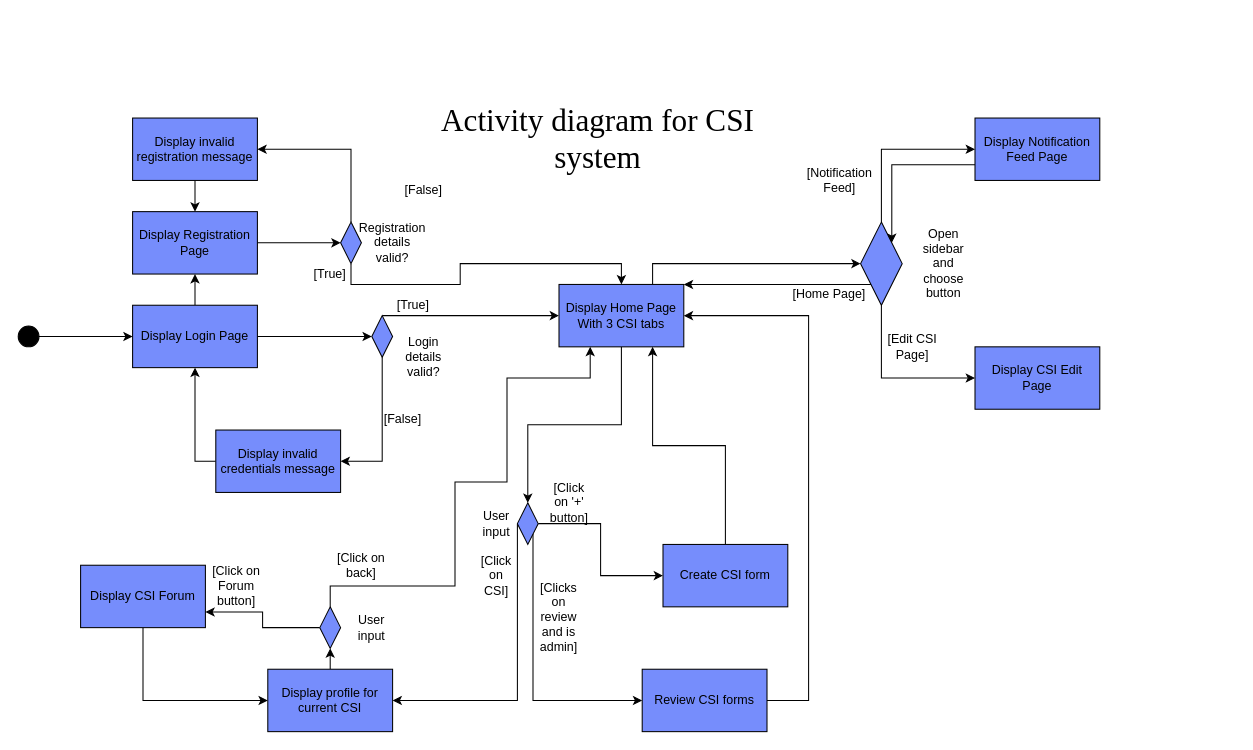
Makizoro/Overclock keeps this draw.io diagram as Diagrams/Activity Diagram.drawio. Above is the earlier version. Source tidied: cells renumbered, new cells numbered last; positions are measured from the earlier drawing's top-left corner, leaving out a move shared by most shapes. Both pictures are drawn from the tidied source at 104%, with x=0, y=0 at pixel (18, 118).
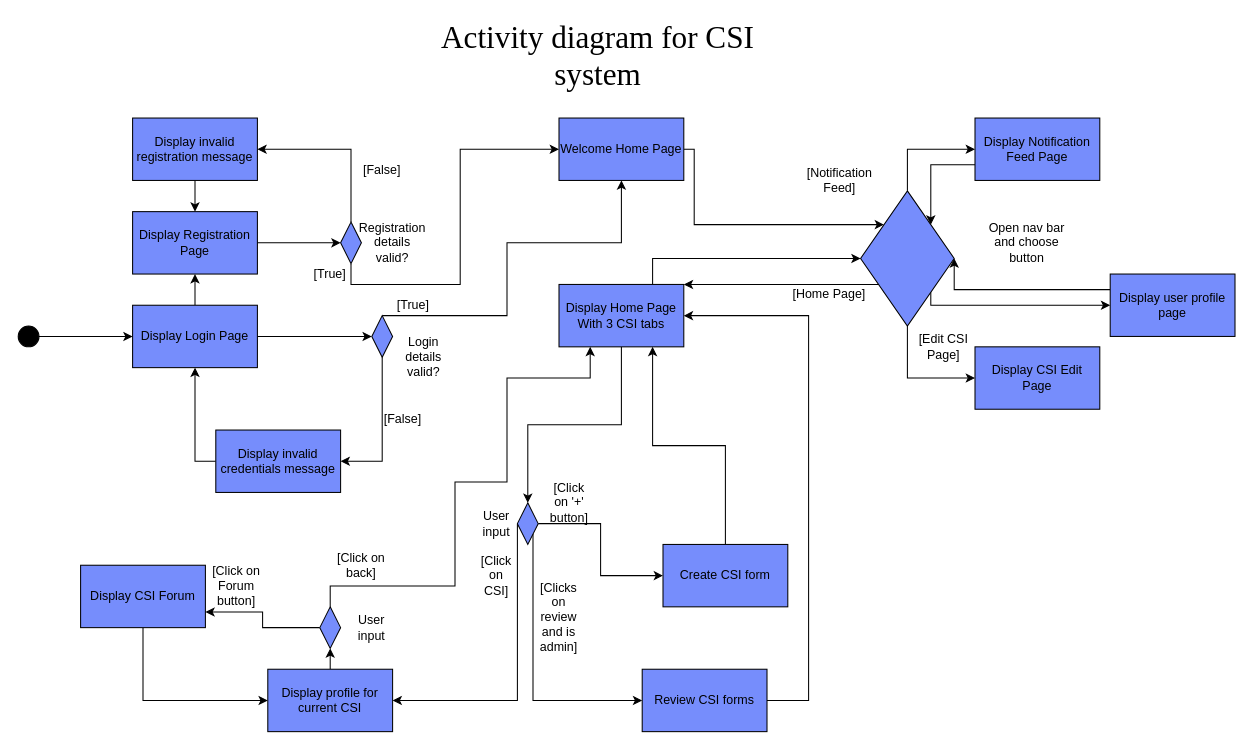
Above is the later version.

The change refers to these unchanged cells:
```xml
<mxCell id="8" style="rhombus;whiteSpace=wrap;html=1;fillColor=#768DFC;strokeColor=#000000;" parent="1" vertex="1">
  <mxGeometry x="340" y="190" width="20" height="40" as="geometry" />
</mxCell>
<mxCell id="16" value="Display Home Page&lt;br&gt;With 3 CSI tabs" style="rounded=0;whiteSpace=wrap;html=1;fillColor=#768DFC;strokeColor=#000000;" parent="1" vertex="1">
  <mxGeometry x="520" y="160" width="120" height="60" as="geometry" />
</mxCell>
<mxCell id="30" style="rhombus;whiteSpace=wrap;html=1;fillColor=#768DFC;strokeColor=#000000;" parent="1" vertex="1">
  <mxGeometry x="310" y="100" width="20" height="40" as="geometry" />
</mxCell>
```

What changed in the source:
```diff
@@
-    <mxCell id="7" style="edgeStyle=orthogonalEdgeStyle;rounded=0;jettySize=auto;html=1;exitX=0.5;exitY=0;exitDx=0;exitDy=0;endArrow=classic;endFill=1;entryX=0;entryY=0.5;entryDx=0;entryDy=0;" parent="1" edge="1" source="8" target="16">
+    <mxCell id="7" style="edgeStyle=orthogonalEdgeStyle;rounded=0;jettySize=auto;html=1;exitX=0.5;exitY=0;exitDx=0;exitDy=0;endArrow=classic;endFill=1;entryX=0.5;entryY=1;entryDx=0;entryDy=0;" parent="1" edge="1" source="8" target="64">
       <mxGeometry relative="1" as="geometry">
         <Array as="points">
-          <mxPoint x="390" y="190" />
-          <mxPoint x="390" y="190" />
+          <mxPoint x="470" y="190" />
+          <mxPoint x="470" y="120" />
+          <mxPoint x="580" y="120" />
         </Array>
       </mxGeometry>
     </mxCell>
@@
-    <mxCell id="28" style="edgeStyle=orthogonalEdgeStyle;rounded=0;jettySize=auto;html=1;exitX=0.5;exitY=1;exitDx=0;exitDy=0;entryX=0.5;entryY=0;entryDx=0;entryDy=0;fontFamily=Times New Roman;fontSize=30;" parent="1" edge="1" source="30" target="16">
+    <mxCell id="28" style="edgeStyle=orthogonalEdgeStyle;rounded=0;jettySize=auto;html=1;exitX=0.5;exitY=1;exitDx=0;exitDy=0;entryX=0;entryY=0.5;entryDx=0;entryDy=0;fontFamily=Times New Roman;fontSize=30;" parent="1" edge="1" source="30" target="64">
       <mxGeometry relative="1" as="geometry" />
     </mxCell>
@@
     <mxCell id="33" value="[False]" style="text;html=1;strokeColor=none;fillColor=none;align=center;verticalAlign=middle;whiteSpace=wrap;rounded=0;" parent="1" vertex="1">
-      <mxGeometry x="370" y="60" width="40" height="20" as="geometry" />
+      <mxGeometry x="330" y="40" width="40" height="20" as="geometry" />
     </mxCell>
@@
     <mxCell id="43" value="Activity diagram for CSI system" style="text;html=1;strokeColor=none;fillColor=none;align=center;verticalAlign=middle;whiteSpace=wrap;rounded=0;fontFamily=Times New Roman;fontSize=30;" parent="1" vertex="1">
-      <mxGeometry x="380" y="10" width="355" height="20" as="geometry" />
+      <mxGeometry x="380" y="-70" width="355" height="20" as="geometry" />
     </mxCell>
@@
+    <mxCell id="62" style="edgeStyle=orthogonalEdgeStyle;rounded=0;jettySize=auto;html=1;exitX=1;exitY=1;exitDx=0;exitDy=0;entryX=0;entryY=0.5;entryDx=0;entryDy=0;" parent="1" edge="1" source="51" target="66">
+      <mxGeometry relative="1" as="geometry">
+        <Array as="points">
+          <mxPoint x="878" y="180" />
+        </Array>
+      </mxGeometry>
+    </mxCell>
     <mxCell id="51" style="rhombus;whiteSpace=wrap;html=1;fillColor=#768DFC;strokeColor=#000000;" parent="1" vertex="1">
-      <mxGeometry x="810" y="100" width="40" height="80" as="geometry" />
+      <mxGeometry x="810" y="70" width="90" height="130" as="geometry" />
     </mxCell>
-    <mxCell id="52" value="Open sidebar and choose button" style="text;html=1;strokeColor=none;fillColor=none;align=center;verticalAlign=middle;whiteSpace=wrap;rounded=0;" parent="1" vertex="1">
-      <mxGeometry x="870" y="130" width="40" height="20" as="geometry" />
+    <mxCell id="52" value="Open nav bar and choose button" style="text;html=1;strokeColor=none;fillColor=none;align=center;verticalAlign=middle;whiteSpace=wrap;rounded=0;" parent="1" vertex="1">
+      <mxGeometry x="930" y="110" width="80" height="20" as="geometry" />
     </mxCell>
@@
     <mxCell id="58" value="[Edit CSI Page]" style="text;html=1;strokeColor=none;fillColor=none;align=center;verticalAlign=middle;whiteSpace=wrap;rounded=0;" parent="1" vertex="1">
-      <mxGeometry x="820" y="210" width="80" height="20" as="geometry" />
+      <mxGeometry x="850" y="210" width="80" height="20" as="geometry" />
     </mxCell>
@@
+    <mxCell id="63" style="edgeStyle=orthogonalEdgeStyle;rounded=0;jettySize=auto;html=1;exitX=1;exitY=0.5;exitDx=0;exitDy=0;entryX=0;entryY=0;entryDx=0;entryDy=0;" parent="1" edge="1" source="64" target="51">
+      <mxGeometry relative="1" as="geometry">
+        <Array as="points">
+          <mxPoint x="650" y="30" />
+          <mxPoint x="650" y="103" />
+        </Array>
+      </mxGeometry>
+    </mxCell>
+    <mxCell id="64" value="Welcome Home Page" style="rounded=0;whiteSpace=wrap;html=1;fillColor=#768DFC;strokeColor=#000000;" parent="1" vertex="1">
+      <mxGeometry x="520" width="120" height="60" as="geometry" />
+    </mxCell>
+    <mxCell id="65" style="edgeStyle=orthogonalEdgeStyle;rounded=0;jettySize=auto;html=1;exitX=0;exitY=0.25;exitDx=0;exitDy=0;entryX=1;entryY=0.5;entryDx=0;entryDy=0;" parent="1" edge="1" source="66" target="51">
+      <mxGeometry relative="1" as="geometry">
+        <Array as="points">
+          <mxPoint x="900" y="165" />
+        </Array>
+      </mxGeometry>
+    </mxCell>
+    <mxCell id="66" value="Display user profile page" style="rounded=0;whiteSpace=wrap;html=1;fillColor=#768DFC;strokeColor=#000000;" parent="1" vertex="1">
+      <mxGeometry x="1050" y="150" width="120" height="60" as="geometry" />
+    </mxCell>
```
